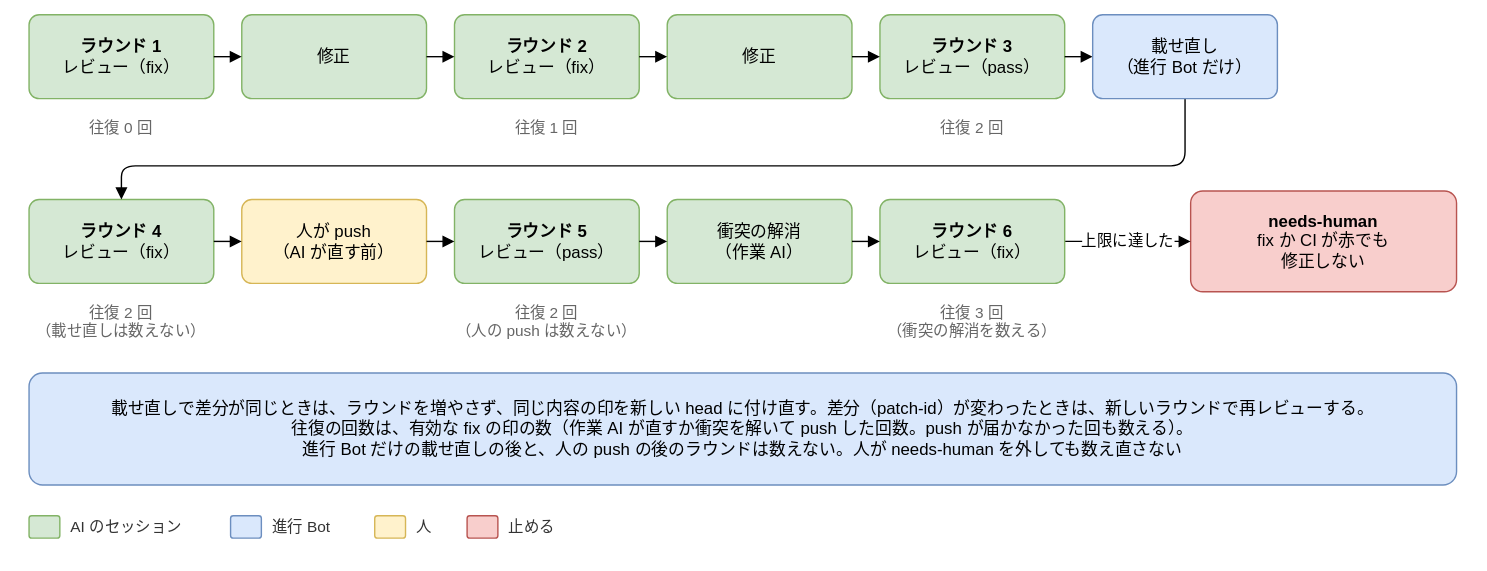
Above: docs/design/basic/diagrams/02-rounds.drawio.svg in Joymerrevent/dev-autopilot (draw.io), before the change. Source tidied: cells renumbered, new cells last; positions are measured from the earlier drawing's top-left corner, leaving out a move shared by most shapes.
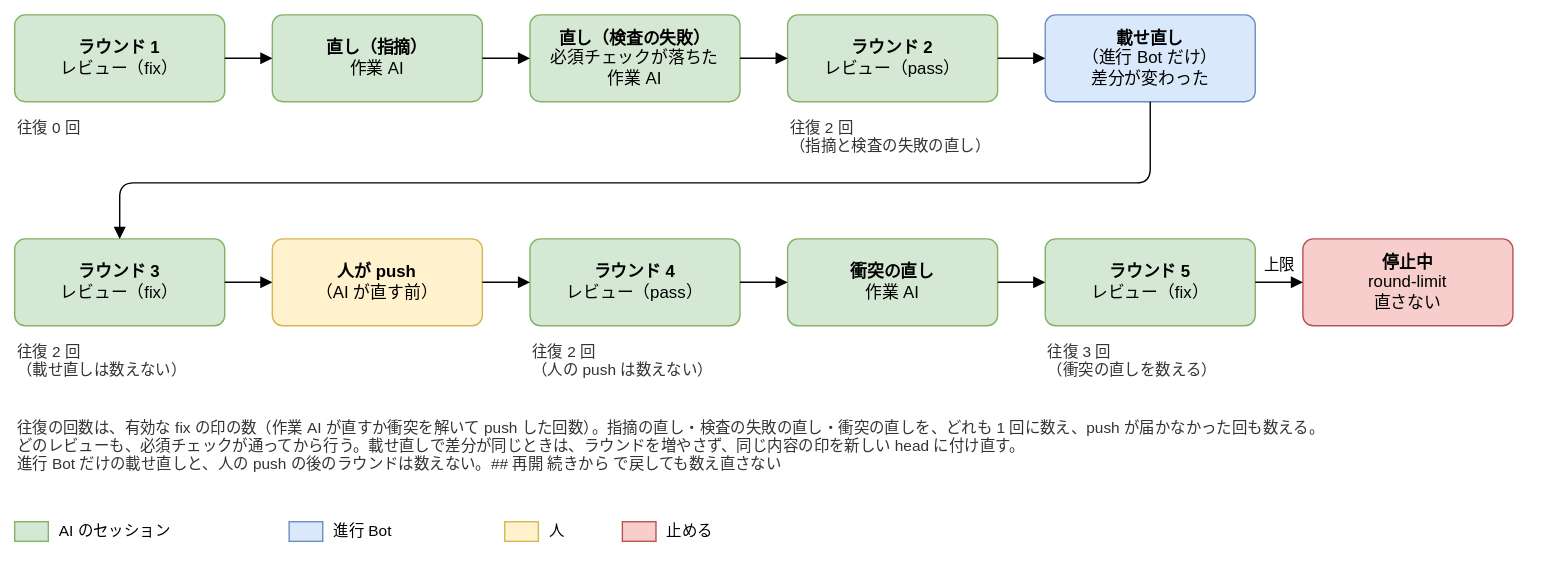
After the change.

Change to the diagram source:
```diff
@@ -2,124 +2,117 @@
   <root>
     <mxCell id="0" />
     <mxCell id="1" parent="0" />
-    <mxCell id="2" value="&lt;b&gt;ラウンド 1&lt;/b&gt;&lt;br&gt;レビュー（fix）" style="rounded=1;whiteSpace=wrap;html=1;fontSize=12;arcSize=12;spacing=12;fillColor=#d5e8d4;strokeColor=#82b366;" parent="1" vertex="1">
-      <mxGeometry x="10" width="132" height="60" as="geometry" />
-    </mxCell>
+    <mxCell id="4" value="&lt;b&gt;ラウンド 1&lt;/b&gt;&lt;br&gt;レビュー（fix）" style="rounded=1;whiteSpace=wrap;html=1;fontSize=12;arcSize=12;fillColor=#d5e8d4;strokeColor=#82b366;spacing=8;" parent="1" vertex="1">
+      <mxGeometry x="10" y="-10" width="150" height="62" as="geometry" />
+    </mxCell>
+    <mxCell id="40" value="&lt;b&gt;直し（指摘）&lt;/b&gt;&lt;br&gt;作業 AI" style="rounded=1;whiteSpace=wrap;html=1;fontSize=12;arcSize=12;fillColor=#d5e8d4;strokeColor=#82b366;spacing=8;" parent="1" vertex="1">
+      <mxGeometry x="194" y="-10" width="150" height="62" as="geometry" />
+    </mxCell>
+    <mxCell id="41" value="&lt;b&gt;直し（検査の失敗）&lt;/b&gt;&lt;br&gt;必須チェックが落ちた&lt;br&gt;作業 AI" style="rounded=1;whiteSpace=wrap;html=1;fontSize=12;arcSize=12;fillColor=#d5e8d4;strokeColor=#82b366;spacing=8;" parent="1" vertex="1">
+      <mxGeometry x="378" y="-10" width="150" height="62" as="geometry" />
+    </mxCell>
+    <mxCell id="6" value="&lt;b&gt;ラウンド 2&lt;/b&gt;&lt;br&gt;レビュー（pass）" style="rounded=1;whiteSpace=wrap;html=1;fontSize=12;arcSize=12;fillColor=#d5e8d4;strokeColor=#82b366;spacing=8;" parent="1" vertex="1">
+      <mxGeometry x="562" y="-10" width="150" height="62" as="geometry" />
+    </mxCell>
+    <mxCell id="42" value="&lt;b&gt;載せ直し&lt;/b&gt;&lt;br&gt;（進行 Bot だけ）&lt;br&gt;差分が変わった" style="rounded=1;whiteSpace=wrap;html=1;fontSize=12;arcSize=12;fillColor=#dae8fc;strokeColor=#6c8ebf;spacing=8;" parent="1" vertex="1">
+      <mxGeometry x="746" y="-10" width="150" height="62" as="geometry" />
+    </mxCell>
+    <mxCell id="9" value="&lt;b&gt;ラウンド 3&lt;/b&gt;&lt;br&gt;レビュー（fix）" style="rounded=1;whiteSpace=wrap;html=1;fontSize=12;arcSize=12;fillColor=#d5e8d4;strokeColor=#82b366;spacing=8;" parent="1" vertex="1">
+      <mxGeometry x="10" y="150" width="150" height="62" as="geometry" />
+    </mxCell>
+    <mxCell id="43" value="&lt;b&gt;人が push&lt;/b&gt;&lt;br&gt;（AI が直す前）" style="rounded=1;whiteSpace=wrap;html=1;fontSize=12;arcSize=12;fillColor=#fff2cc;strokeColor=#d6b656;spacing=8;" parent="1" vertex="1">
+      <mxGeometry x="194" y="150" width="150" height="62" as="geometry" />
+    </mxCell>
+    <mxCell id="11" value="&lt;b&gt;ラウンド 4&lt;/b&gt;&lt;br&gt;レビュー（pass）" style="rounded=1;whiteSpace=wrap;html=1;fontSize=12;arcSize=12;fillColor=#d5e8d4;strokeColor=#82b366;spacing=8;" parent="1" vertex="1">
+      <mxGeometry x="378" y="150" width="150" height="62" as="geometry" />
+    </mxCell>
+    <mxCell id="44" value="&lt;b&gt;衝突の直し&lt;/b&gt;&lt;br&gt;作業 AI" style="rounded=1;whiteSpace=wrap;html=1;fontSize=12;arcSize=12;fillColor=#d5e8d4;strokeColor=#82b366;spacing=8;" parent="1" vertex="1">
+      <mxGeometry x="562" y="150" width="150" height="62" as="geometry" />
+    </mxCell>
+    <mxCell id="14" value="&lt;b&gt;ラウンド 5&lt;/b&gt;&lt;br&gt;レビュー（fix）" style="rounded=1;whiteSpace=wrap;html=1;fontSize=12;arcSize=12;fillColor=#d5e8d4;strokeColor=#82b366;spacing=8;" parent="1" vertex="1">
+      <mxGeometry x="746" y="150" width="150" height="62" as="geometry" />
+    </mxCell>
+    <mxCell id="45" value="&lt;b&gt;停止中&lt;/b&gt;&lt;br&gt;round-limit&lt;br&gt;直さない" style="rounded=1;whiteSpace=wrap;html=1;fontSize=12;arcSize=12;fillColor=#f8cecc;strokeColor=#b85450;spacing=8;" parent="1" vertex="1">
+      <mxGeometry x="930" y="150" width="150" height="62" as="geometry" />
+    </mxCell>
+    <mxCell id="46" style="edgeStyle=orthogonalEdgeStyle;rounded=1;html=1;endArrow=block;endFill=1;fontSize=11;labelBackgroundColor=#ffffff;exitX=1;exitY=0.5;exitDx=0;exitDy=0;entryX=0;entryY=0.5;entryDx=0;entryDy=0;" parent="1" edge="1" source="4" target="40">
+      <mxGeometry relative="1" as="geometry" />
+    </mxCell>
+    <mxCell id="47" style="edgeStyle=orthogonalEdgeStyle;rounded=1;html=1;endArrow=block;endFill=1;fontSize=11;labelBackgroundColor=#ffffff;exitX=1;exitY=0.5;exitDx=0;exitDy=0;entryX=0;entryY=0.5;entryDx=0;entryDy=0;" parent="1" edge="1" source="40" target="41">
+      <mxGeometry relative="1" as="geometry" />
+    </mxCell>
+    <mxCell id="48" style="edgeStyle=orthogonalEdgeStyle;rounded=1;html=1;endArrow=block;endFill=1;fontSize=11;labelBackgroundColor=#ffffff;exitX=1;exitY=0.5;exitDx=0;exitDy=0;entryX=0;entryY=0.5;entryDx=0;entryDy=0;" parent="1" edge="1" source="41" target="6">
+      <mxGeometry relative="1" as="geometry" />
+    </mxCell>
+    <mxCell id="49" style="edgeStyle=orthogonalEdgeStyle;rounded=1;html=1;endArrow=block;endFill=1;fontSize=11;labelBackgroundColor=#ffffff;exitX=1;exitY=0.5;exitDx=0;exitDy=0;entryX=0;entryY=0.5;entryDx=0;entryDy=0;" parent="1" edge="1" source="6" target="42">
+      <mxGeometry relative="1" as="geometry" />
+    </mxCell>
+    <mxCell id="50" style="edgeStyle=orthogonalEdgeStyle;rounded=1;html=1;endArrow=block;endFill=1;fontSize=11;labelBackgroundColor=#ffffff;exitX=1;exitY=0.5;exitDx=0;exitDy=0;entryX=0;entryY=0.5;entryDx=0;entryDy=0;" parent="1" edge="1" source="9" target="43">
+      <mxGeometry relative="1" as="geometry" />
+    </mxCell>
+    <mxCell id="51" style="edgeStyle=orthogonalEdgeStyle;rounded=1;html=1;endArrow=block;endFill=1;fontSize=11;labelBackgroundColor=#ffffff;exitX=1;exitY=0.5;exitDx=0;exitDy=0;entryX=0;entryY=0.5;entryDx=0;entryDy=0;" parent="1" edge="1" source="43" target="11">
+      <mxGeometry relative="1" as="geometry" />
+    </mxCell>
+    <mxCell id="52" style="edgeStyle=orthogonalEdgeStyle;rounded=1;html=1;endArrow=block;endFill=1;fontSize=11;labelBackgroundColor=#ffffff;exitX=1;exitY=0.5;exitDx=0;exitDy=0;entryX=0;entryY=0.5;entryDx=0;entryDy=0;" parent="1" edge="1" source="11" target="44">
+      <mxGeometry relative="1" as="geometry" />
+    </mxCell>
+    <mxCell id="53" style="edgeStyle=orthogonalEdgeStyle;rounded=1;html=1;endArrow=block;endFill=1;fontSize=11;labelBackgroundColor=#ffffff;exitX=1;exitY=0.5;exitDx=0;exitDy=0;entryX=0;entryY=0.5;entryDx=0;entryDy=0;" parent="1" edge="1" source="44" target="14">
+      <mxGeometry relative="1" as="geometry" />
+    </mxCell>
+    <mxCell id="54" value="上限" style="edgeStyle=orthogonalEdgeStyle;rounded=1;html=1;endArrow=block;endFill=1;fontSize=11;labelBackgroundColor=#ffffff;exitX=1;exitY=0.5;exitDx=0;exitDy=0;entryX=0;entryY=0.5;entryDx=0;entryDy=0;" parent="1" edge="1" source="14" target="45">
+      <mxGeometry relative="1" as="geometry">
+        <mxPoint y="-12" as="offset" />
+      </mxGeometry>
+    </mxCell>
+    <mxCell id="55" style="edgeStyle=orthogonalEdgeStyle;rounded=1;html=1;endArrow=block;endFill=1;fontSize=11;labelBackgroundColor=#ffffff;exitX=0.5;exitY=1;exitDx=0;exitDy=0;entryX=0.5;entryY=0;entryDx=0;entryDy=0;" parent="1" edge="1" source="42" target="9">
+      <mxGeometry relative="1" as="geometry">
+        <Array as="points">
+          <mxPoint x="821" y="110" />
+          <mxPoint x="85" y="110" />
+        </Array>
+      </mxGeometry>
+    </mxCell>
-    <mxCell id="3" value="往復 0 回" style="text;html=1;whiteSpace=wrap;align=left;verticalAlign=top;fontSize=11;fontColor=#666666;align=center;" parent="1" vertex="1">
-      <mxGeometry y="68" width="152" height="20" as="geometry" />
+    <mxCell id="3" value="往復 0 回" style="text;html=1;whiteSpace=wrap;align=left;verticalAlign=top;fontSize=11;fontColor=#333333;" parent="1" vertex="1">
+      <mxGeometry x="10" y="58" width="170" height="40" as="geometry" />
     </mxCell>
-    <mxCell id="4" value="修正" style="rounded=1;whiteSpace=wrap;html=1;fontSize=12;arcSize=12;spacing=12;fillColor=#d5e8d4;strokeColor=#82b366;" parent="1" vertex="1">
-      <mxGeometry x="162" width="132" height="60" as="geometry" />
-    </mxCell>
-    <mxCell id="5" style="edgeStyle=orthogonalEdgeStyle;rounded=1;html=1;endArrow=block;endFill=1;fontSize=11;labelBackgroundColor=#ffffff;exitX=1;exitY=0.5;exitDx=0;exitDy=0;entryX=0;entryY=0.5;entryDx=0;entryDy=0;" parent="1" edge="1" source="2" target="4">
-      <mxGeometry relative="1" as="geometry" />
-    </mxCell>
-    <mxCell id="6" value="&lt;b&gt;ラウンド 2&lt;/b&gt;&lt;br&gt;レビュー（fix）" style="rounded=1;whiteSpace=wrap;html=1;fontSize=12;arcSize=12;spacing=12;fillColor=#d5e8d4;strokeColor=#82b366;" parent="1" vertex="1">
-      <mxGeometry x="314" width="132" height="60" as="geometry" />
-    </mxCell>
-    <mxCell id="7" style="edgeStyle=orthogonalEdgeStyle;rounded=1;html=1;endArrow=block;endFill=1;fontSize=11;labelBackgroundColor=#ffffff;exitX=1;exitY=0.5;exitDx=0;exitDy=0;entryX=0;entryY=0.5;entryDx=0;entryDy=0;" parent="1" edge="1" source="4" target="6">
-      <mxGeometry relative="1" as="geometry" />
-    </mxCell>
-    <mxCell id="8" value="往復 1 回" style="text;html=1;whiteSpace=wrap;align=left;verticalAlign=top;fontSize=11;fontColor=#666666;align=center;" parent="1" vertex="1">
-      <mxGeometry x="304" y="68" width="152" height="20" as="geometry" />
-    </mxCell>
-    <mxCell id="9" value="修正" style="rounded=1;whiteSpace=wrap;html=1;fontSize=12;arcSize=12;spacing=12;fillColor=#d5e8d4;strokeColor=#82b366;" parent="1" vertex="1">
-      <mxGeometry x="466" width="132" height="60" as="geometry" />
-    </mxCell>
-    <mxCell id="10" style="edgeStyle=orthogonalEdgeStyle;rounded=1;html=1;endArrow=block;endFill=1;fontSize=11;labelBackgroundColor=#ffffff;exitX=1;exitY=0.5;exitDx=0;exitDy=0;entryX=0;entryY=0.5;entryDx=0;entryDy=0;" parent="1" edge="1" source="6" target="9">
-      <mxGeometry relative="1" as="geometry" />
-    </mxCell>
-    <mxCell id="11" value="&lt;b&gt;ラウンド 3&lt;/b&gt;&lt;br&gt;レビュー（pass）" style="rounded=1;whiteSpace=wrap;html=1;fontSize=12;arcSize=12;spacing=12;fillColor=#d5e8d4;strokeColor=#82b366;" parent="1" vertex="1">
-      <mxGeometry x="618" width="132" height="60" as="geometry" />
-    </mxCell>
-    <mxCell id="12" style="edgeStyle=orthogonalEdgeStyle;rounded=1;html=1;endArrow=block;endFill=1;fontSize=11;labelBackgroundColor=#ffffff;exitX=1;exitY=0.5;exitDx=0;exitDy=0;entryX=0;entryY=0.5;entryDx=0;entryDy=0;" parent="1" edge="1" source="9" target="11">
-      <mxGeometry relative="1" as="geometry" />
-    </mxCell>
-    <mxCell id="13" value="往復 2 回" style="text;html=1;whiteSpace=wrap;align=left;verticalAlign=top;fontSize=11;fontColor=#666666;align=center;" parent="1" vertex="1">
-      <mxGeometry x="608" y="68" width="152" height="20" as="geometry" />
-    </mxCell>
-    <mxCell id="14" value="人が push&lt;br&gt;（AI が直す前）" style="rounded=1;whiteSpace=wrap;html=1;fontSize=12;arcSize=12;spacing=12;fillColor=#fff2cc;strokeColor=#d6b656;" parent="1" vertex="1">
-      <mxGeometry x="162" y="132" width="132" height="60" as="geometry" />
-    </mxCell>
-    <mxCell id="15" style="edgeStyle=orthogonalEdgeStyle;rounded=1;html=1;endArrow=block;endFill=1;fontSize=11;labelBackgroundColor=#ffffff;exitX=1;exitY=0.5;exitDx=0;exitDy=0;entryX=0;entryY=0.5;entryDx=0;entryDy=0;" parent="1" edge="1" source="11" target="35">
-      <mxGeometry relative="1" as="geometry" />
-    </mxCell>
-    <mxCell id="16" value="&lt;b&gt;ラウンド 4&lt;/b&gt;&lt;br&gt;レビュー（fix）" style="rounded=1;whiteSpace=wrap;html=1;fontSize=12;arcSize=12;spacing=12;fillColor=#d5e8d4;strokeColor=#82b366;" parent="1" vertex="1">
-      <mxGeometry x="10" y="132" width="132" height="60" as="geometry" />
-    </mxCell>
-    <mxCell id="17" style="edgeStyle=orthogonalEdgeStyle;rounded=1;html=1;endArrow=block;endFill=1;fontSize=11;labelBackgroundColor=#ffffff;exitX=0.5;exitY=1;exitDx=0;exitDy=0;entryX=0.5;entryY=0;entryDx=0;entryDy=0;" parent="1" edge="1" source="35" target="16">
-      <mxGeometry relative="1" as="geometry">
-        <Array as="points">
-          <mxPoint x="836" y="108" />
-          <mxPoint x="76" y="108" />
-        </Array>
-      </mxGeometry>
-    </mxCell>
+    <mxCell id="56" value="往復 2 回&lt;br&gt;（指摘と検査の失敗の直し）" style="text;html=1;whiteSpace=wrap;align=left;verticalAlign=top;fontSize=11;fontColor=#333333;" parent="1" vertex="1">
+      <mxGeometry x="562" y="58" width="170" height="40" as="geometry" />
+    </mxCell>
-    <mxCell id="18" value="往復 2 回&lt;br&gt;（載せ直しは数えない）" style="text;html=1;whiteSpace=wrap;align=left;verticalAlign=top;fontSize=11;fontColor=#666666;align=center;" parent="1" vertex="1">
-      <mxGeometry y="200" width="152" height="34" as="geometry" />
+    <mxCell id="18" value="往復 2 回&lt;br&gt;（載せ直しは数えない）" style="text;html=1;whiteSpace=wrap;align=left;verticalAlign=top;fontSize=11;fontColor=#333333;" parent="1" vertex="1">
+      <mxGeometry x="10" y="218" width="170" height="40" as="geometry" />
     </mxCell>
-    <mxCell id="19" value="&lt;b&gt;needs-human&lt;/b&gt;&lt;br&gt;fix か CI が赤でも&lt;br&gt;修正しない" style="rounded=1;whiteSpace=wrap;html=1;fontSize=12;arcSize=12;spacing=12;fillColor=#f8cecc;strokeColor=#b85450;" parent="1" vertex="1">
-      <mxGeometry x="840" y="126" width="190" height="72" as="geometry" />
-    </mxCell>
-    <mxCell id="20" value="上限に達した" style="edgeStyle=orthogonalEdgeStyle;rounded=1;html=1;endArrow=block;endFill=1;fontSize=11;labelBackgroundColor=#ffffff;exitX=1;exitY=0.5;exitDx=0;exitDy=0;entryX=0;entryY=0.5;entryDx=0;entryDy=0;" parent="1" edge="1" source="36" target="19">
-      <mxGeometry relative="1" as="geometry" />
-    </mxCell>
-    <mxCell id="21" value="載せ直しで差分が同じときは、ラウンドを増やさず、同じ内容の印を新しい head に付け直す。差分（patch-id）が変わったときは、新しいラウンドで再レビューする。&lt;br&gt;往復の回数は、有効な fix の印の数（作業 AI が直すか衝突を解いて push した回数。push が届かなかった回も数える）。&lt;br&gt;進行 Bot だけの載せ直しの後と、人の push の後のラウンドは数えない。人が needs-human を外しても数え直さない" style="rounded=1;whiteSpace=wrap;html=1;fontSize=12;arcSize=12;spacing=12;fillColor=#dae8fc;strokeColor=#6c8ebf;" parent="1" vertex="1">
-      <mxGeometry x="10" y="256" width="1020" height="80" as="geometry" />
-    </mxCell>
-    <mxCell id="22" value="衝突の解消&lt;br&gt;（作業 AI）" style="rounded=1;whiteSpace=wrap;html=1;fontSize=12;arcSize=12;spacing=12;fillColor=#d5e8d4;strokeColor=#82b366;" parent="1" vertex="1">
-      <mxGeometry x="466" y="132" width="132" height="60" as="geometry" />
-    </mxCell>
-    <mxCell id="23" value="&lt;b&gt;ラウンド 5&lt;/b&gt;&lt;br&gt;レビュー（pass）" style="rounded=1;whiteSpace=wrap;html=1;fontSize=12;arcSize=12;spacing=12;fillColor=#d5e8d4;strokeColor=#82b366;" parent="1" vertex="1">
-      <mxGeometry x="314" y="132" width="132" height="60" as="geometry" />
-    </mxCell>
-    <mxCell id="24" value="往復 2 回&lt;br&gt;（人の push は数えない）" style="text;html=1;whiteSpace=wrap;align=left;verticalAlign=top;fontSize=11;fontColor=#666666;align=center;" parent="1" vertex="1">
-      <mxGeometry x="304" y="200" width="152" height="34" as="geometry" />
+    <mxCell id="24" value="往復 2 回&lt;br&gt;（人の push は数えない）" style="text;html=1;whiteSpace=wrap;align=left;verticalAlign=top;fontSize=11;fontColor=#333333;" parent="1" vertex="1">
+      <mxGeometry x="378" y="218" width="170" height="40" as="geometry" />
     </mxCell>
-    <mxCell id="25" style="edgeStyle=orthogonalEdgeStyle;rounded=1;html=1;endArrow=block;endFill=1;fontSize=11;labelBackgroundColor=#ffffff;exitX=1;exitY=0.5;exitDx=0;exitDy=0;entryX=0;entryY=0.5;entryDx=0;entryDy=0;" parent="1" edge="1" source="16" target="14">
-      <mxGeometry relative="1" as="geometry" />
-    </mxCell>
-    <mxCell id="26" style="edgeStyle=orthogonalEdgeStyle;rounded=1;html=1;endArrow=block;endFill=1;fontSize=11;labelBackgroundColor=#ffffff;exitX=1;exitY=0.5;exitDx=0;exitDy=0;entryX=0;entryY=0.5;entryDx=0;entryDy=0;" parent="1" edge="1" source="14" target="23">
-      <mxGeometry relative="1" as="geometry" />
-    </mxCell>
+    <mxCell id="57" value="往復 3 回&lt;br&gt;（衝突の直しを数える）" style="text;html=1;whiteSpace=wrap;align=left;verticalAlign=top;fontSize=11;fontColor=#333333;" parent="1" vertex="1">
+      <mxGeometry x="746" y="218" width="170" height="40" as="geometry" />
+    </mxCell>
+    <mxCell id="58" value="往復の回数は、有効な fix の印の数（作業 AI が直すか衝突を解いて push した回数）。指摘の直し・検査の失敗の直し・衝突の直しを、どれも 1 回に数え、push が届かなかった回も数える。&lt;br&gt;どのレビューも、必須チェックが通ってから行う。載せ直しで差分が同じときは、ラウンドを増やさず、同じ内容の印を新しい head に付け直す。&lt;br&gt;進行 Bot だけの載せ直しと、人の push の後のラウンドは数えない。## 再開 続きから で戻しても数え直さない" style="text;html=1;whiteSpace=wrap;align=left;verticalAlign=top;fontSize=11;fontColor=#333333;" parent="1" vertex="1">
+      <mxGeometry x="10" y="272" width="1080" height="60" as="geometry" />
+    </mxCell>
-    <mxCell id="27" style="rounded=1;whiteSpace=wrap;html=1;fontSize=12;arcSize=12;spacing=12;fillColor=#d5e8d4;strokeColor=#82b366;" parent="1" vertex="1">
-      <mxGeometry x="10" y="358" width="22" height="16" as="geometry" />
+    <mxCell id="27" style="rounded=0;whiteSpace=wrap;html=1;fillColor=#d5e8d4;strokeColor=#82b366;" parent="1" vertex="1">
+      <mxGeometry x="10" y="352" width="24" height="14" as="geometry" />
     </mxCell>
-    <mxCell id="28" value="AI のセッション" style="text;html=1;align=left;verticalAlign=middle;fontSize=11;fontColor=#333333;" parent="1" vertex="1">
-      <mxGeometry x="38" y="356" width="100" height="20" as="geometry" />
+    <mxCell id="28" value="AI のセッション" style="text;html=1;whiteSpace=wrap;align=left;verticalAlign=middle;fontSize=11;" parent="1" vertex="1">
+      <mxGeometry x="40" y="346" width="146" height="26" as="geometry" />
     </mxCell>
-    <mxCell id="29" style="rounded=1;whiteSpace=wrap;html=1;fontSize=12;arcSize=12;spacing=12;fillColor=#dae8fc;strokeColor=#6c8ebf;" parent="1" vertex="1">
-      <mxGeometry x="154" y="358" width="22" height="16" as="geometry" />
+    <mxCell id="29" style="rounded=0;whiteSpace=wrap;html=1;fillColor=#dae8fc;strokeColor=#6c8ebf;" parent="1" vertex="1">
+      <mxGeometry x="206" y="352" width="24" height="14" as="geometry" />
     </mxCell>
-    <mxCell id="30" value="進行 Bot" style="text;html=1;align=left;verticalAlign=middle;fontSize=11;fontColor=#333333;" parent="1" vertex="1">
-      <mxGeometry x="182" y="356" width="59" height="20" as="geometry" />
+    <mxCell id="30" value="進行 Bot" style="text;html=1;whiteSpace=wrap;align=left;verticalAlign=middle;fontSize=11;" parent="1" vertex="1">
+      <mxGeometry x="236" y="346" width="104" height="26" as="geometry" />
     </mxCell>
-    <mxCell id="31" style="rounded=1;whiteSpace=wrap;html=1;fontSize=12;arcSize=12;spacing=12;fillColor=#fff2cc;strokeColor=#d6b656;" parent="1" vertex="1">
-      <mxGeometry x="257" y="358" width="22" height="16" as="geometry" />
+    <mxCell id="31" style="rounded=0;whiteSpace=wrap;html=1;fillColor=#fff2cc;strokeColor=#d6b656;" parent="1" vertex="1">
+      <mxGeometry x="360" y="352" width="24" height="14" as="geometry" />
     </mxCell>
-    <mxCell id="32" value="人" style="text;html=1;align=left;verticalAlign=middle;fontSize=11;fontColor=#333333;" parent="1" vertex="1">
-      <mxGeometry x="285" y="356" width="22" height="20" as="geometry" />
+    <mxCell id="32" value="人" style="text;html=1;whiteSpace=wrap;align=left;verticalAlign=middle;fontSize=11;" parent="1" vertex="1">
+      <mxGeometry x="390" y="346" width="34" height="26" as="geometry" />
     </mxCell>
-    <mxCell id="33" style="rounded=1;whiteSpace=wrap;html=1;fontSize=12;arcSize=12;spacing=12;fillColor=#f8cecc;strokeColor=#b85450;" parent="1" vertex="1">
-      <mxGeometry x="323" y="358" width="22" height="16" as="geometry" />
+    <mxCell id="33" style="rounded=0;whiteSpace=wrap;html=1;fillColor=#f8cecc;strokeColor=#b85450;" parent="1" vertex="1">
+      <mxGeometry x="444" y="352" width="24" height="14" as="geometry" />
     </mxCell>
-    <mxCell id="34" value="止める" style="text;html=1;align=left;verticalAlign=middle;fontSize=11;fontColor=#333333;" parent="1" vertex="1">
-      <mxGeometry x="351" y="356" width="46" height="20" as="geometry" />
+    <mxCell id="34" value="止める" style="text;html=1;whiteSpace=wrap;align=left;verticalAlign=middle;fontSize=11;" parent="1" vertex="1">
+      <mxGeometry x="474" y="346" width="62" height="26" as="geometry" />
     </mxCell>
-    <mxCell id="35" value="載せ直し&lt;br&gt;（進行 Bot だけ）" style="rounded=1;whiteSpace=wrap;html=1;fontSize=12;arcSize=12;spacing=12;fillColor=#dae8fc;strokeColor=#6c8ebf;" parent="1" vertex="1">
-      <mxGeometry x="770" width="132" height="60" as="geometry" />
-    </mxCell>
-    <mxCell id="36" value="&lt;b&gt;ラウンド 6&lt;/b&gt;&lt;br&gt;レビュー（fix）" style="rounded=1;whiteSpace=wrap;html=1;fontSize=12;arcSize=12;spacing=12;fillColor=#d5e8d4;strokeColor=#82b366;" parent="1" vertex="1">
-      <mxGeometry x="618" y="132" width="132" height="60" as="geometry" />
-    </mxCell>
-    <mxCell id="37" style="edgeStyle=orthogonalEdgeStyle;rounded=1;html=1;endArrow=block;endFill=1;fontSize=11;labelBackgroundColor=#ffffff;exitX=1;exitY=0.5;exitDx=0;exitDy=0;entryX=0;entryY=0.5;entryDx=0;entryDy=0;" parent="1" edge="1" source="23" target="22">
-      <mxGeometry relative="1" as="geometry" />
-    </mxCell>
-    <mxCell id="38" style="edgeStyle=orthogonalEdgeStyle;rounded=1;html=1;endArrow=block;endFill=1;fontSize=11;labelBackgroundColor=#ffffff;exitX=1;exitY=0.5;exitDx=0;exitDy=0;entryX=0;entryY=0.5;entryDx=0;entryDy=0;" parent="1" edge="1" source="22" target="36">
-      <mxGeometry relative="1" as="geometry" />
-    </mxCell>
-    <mxCell id="39" value="往復 3 回&lt;br&gt;（衝突の解消を数える）" style="text;html=1;whiteSpace=wrap;align=left;verticalAlign=top;fontSize=11;fontColor=#666666;align=center;" parent="1" vertex="1">
-      <mxGeometry x="608" y="200" width="152" height="34" as="geometry" />
-    </mxCell>
   </root>
 </mxGraphModel>
```
